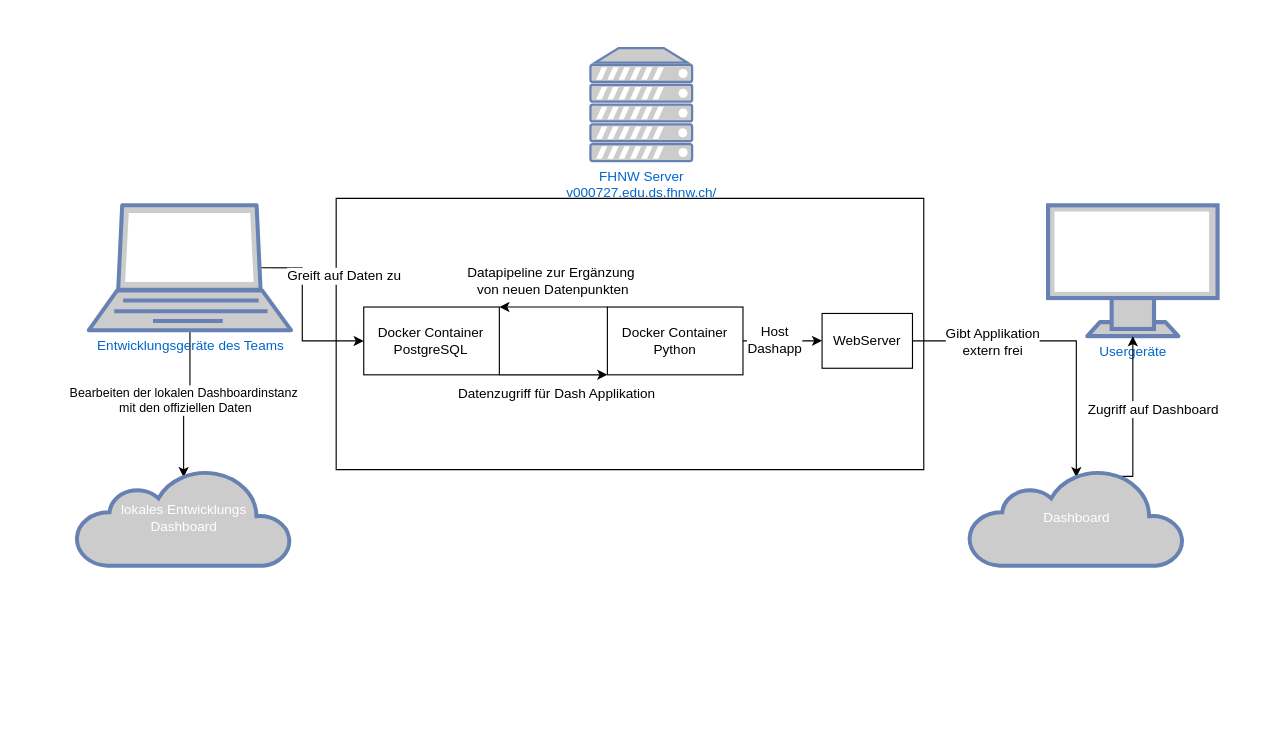
Above: TechnicalSetup/Techoverview.drawio in tmandelz/KlimaChallengeFS22 (draw.io), before the change. Source tidied: cells renumbered, new cells numbered last; positions are measured from the earlier drawing's top-left corner, leaving out a move shared by most shapes. Both pictures are drawn from the tidied source at 113%, with x=0, y=0 at pixel (76, 47).
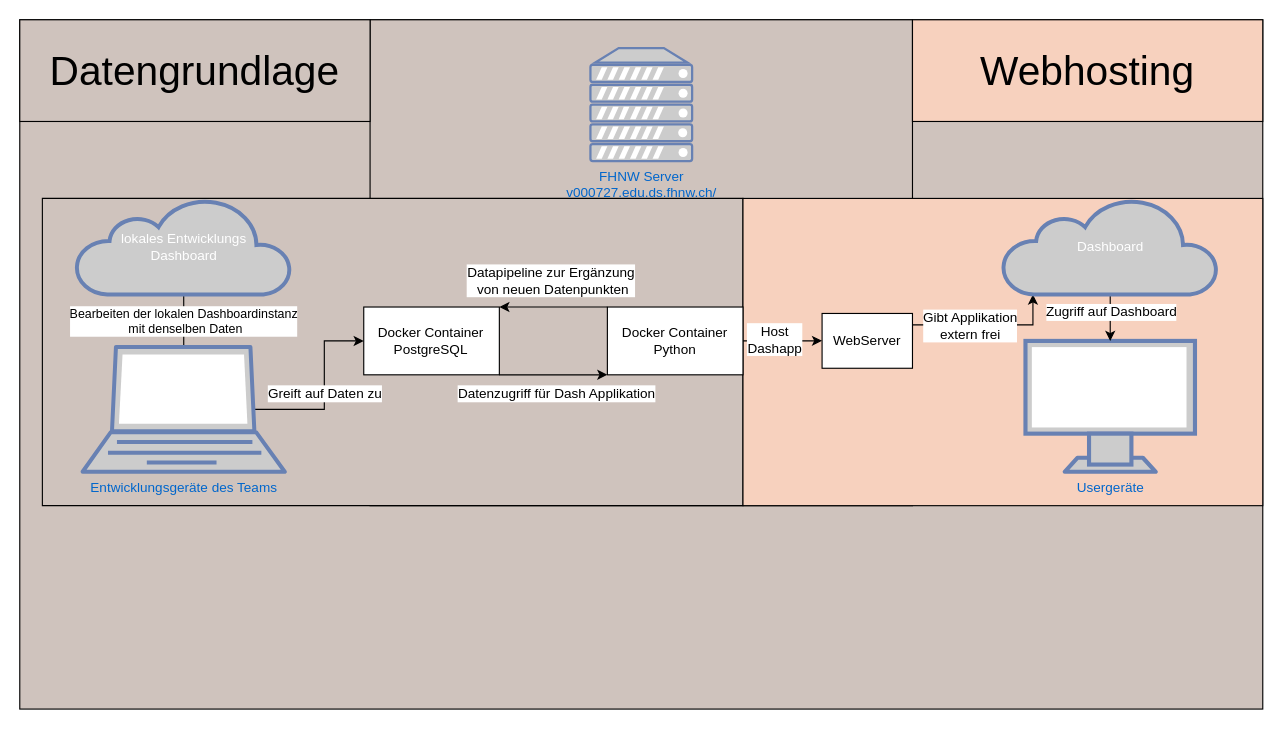
The same page after the edit.

Commit message (it also covers changes not shown here):
add techoverview graphics

Unchanged cells that the change refers to:
```xml
<mxCell id="8" value="Docker Container PostgreSQL" style="rounded=0;whiteSpace=wrap;html=1;" parent="1" vertex="1">
  <mxGeometry x="254.4" y="229.2" width="120" height="60" as="geometry" />
</mxCell>
<mxCell id="11" value="WebServer" style="rounded=0;whiteSpace=wrap;html=1;" parent="1" vertex="1">
  <mxGeometry x="660" y="234.9" width="80" height="48.5" as="geometry" />
</mxCell>
```

Diff of the diagram source:
```diff
@@
+    <mxCell id="24" style="rounded=0;whiteSpace=wrap;html=1;fillColor=#CFC3BD;" parent="1" vertex="1">
+      <mxGeometry x="-50" y="-25" width="1100" height="610" as="geometry" />
+    </mxCell>
+    <mxCell id="25" style="rounded=0;whiteSpace=wrap;html=1;fillColor=#CFC3BD;" parent="1" vertex="1">
+      <mxGeometry x="260" y="-25" width="480" height="430" as="geometry" />
+    </mxCell>
+    <mxCell id="3" style="verticalLabelPosition=bottom;verticalAlign=top;html=1;shape=mxgraph.basic.rect;fillColor2=none;strokeWidth=1;size=20;indent=5;fillColor=#CFC3BD;" parent="1" vertex="1">
+      <mxGeometry x="-30" y="133.1" width="620" height="271.9" as="geometry" />
+    </mxCell>
+    <mxCell id="26" style="rounded=0;whiteSpace=wrap;html=1;fillColor=#F7D1BE;" parent="1" vertex="1">
+      <mxGeometry x="590" y="133.1" width="460" height="271.9" as="geometry" />
+    </mxCell>
-    <mxCell id="2" value="Bearbeiten der lokalen Dashboardinstanz&lt;br&gt;&amp;nbsp;mit den offiziellen Daten" style="edgeStyle=orthogonalEdgeStyle;rounded=0;jettySize=auto;html=1;entryX=0.5;entryY=0.08;entryDx=0;entryDy=0;entryPerimeter=0;" parent="1" edge="1" source="23" target="18">
-      <mxGeometry relative="1" as="geometry" />
+    <mxCell id="2" value="Bearbeiten der lokalen Dashboardinstanz&lt;br&gt;&amp;nbsp;mit denselben Daten" style="edgeStyle=orthogonalEdgeStyle;rounded=0;jettySize=auto;html=1;entryX=0.5;entryY=0.08;entryDx=0;entryDy=0;entryPerimeter=0;" parent="1" edge="1" source="23" target="18">
+      <mxGeometry x="-0.63" relative="1" as="geometry" />
     </mxCell>
-    <mxCell id="3" style="verticalLabelPosition=bottom;verticalAlign=top;html=1;shape=mxgraph.basic.rect;fillColor2=none;strokeWidth=1;size=20;indent=5;" parent="1" vertex="1">
-      <mxGeometry x="230" y="133.1" width="520" height="240" as="geometry" />
-    </mxCell>
@@
-    <mxCell id="9" style="edgeStyle=orthogonalEdgeStyle;rounded=0;jettySize=auto;html=1;entryX=0.5;entryY=0.08;entryDx=0;entryDy=0;entryPerimeter=0;exitX=1;exitY=0.5;exitDx=0;exitDy=0;" parent="1" edge="1" source="11" target="22">
-      <mxGeometry relative="1" as="geometry" />
+    <mxCell id="9" style="edgeStyle=orthogonalEdgeStyle;rounded=0;jettySize=auto;html=1;entryX=0.14;entryY=1;entryDx=0;entryDy=0;entryPerimeter=0;exitX=1;exitY=0.5;exitDx=0;exitDy=0;" parent="1" edge="1" source="11" target="22">
+      <mxGeometry relative="1" as="geometry">
+        <Array as="points">
+          <mxPoint x="740" y="245" />
+          <mxPoint x="847" y="245" />
+        </Array>
+      </mxGeometry>
     </mxCell>
     <mxCell id="10" value="Gibt Applikation&lt;br&gt;extern frei" style="text;html=1;align=center;verticalAlign=middle;labelBackgroundColor=#ffffff;" parent="9" vertex="1">
       <mxGeometry x="-0.15" y="-1" relative="1" as="geometry">
-        <mxPoint x="-42" y="-1" as="offset" />
+        <mxPoint x="1.9" y="-1" as="offset" />
       </mxGeometry>
     </mxCell>
@@
     <mxCell id="16" style="edgeStyle=orthogonalEdgeStyle;rounded=0;jettySize=auto;html=1;entryX=0;entryY=0.5;entryDx=0;entryDy=0;exitX=0.85;exitY=0.5;exitDx=0;exitDy=0;exitPerimeter=0;" parent="1" edge="1" source="23" target="8">
-      <mxGeometry relative="1" as="geometry">
-        <Array as="points">
-          <mxPoint x="200" y="195" />
-          <mxPoint x="200" y="259" />
-        </Array>
-      </mxGeometry>
+      <mxGeometry relative="1" as="geometry" />
     </mxCell>
     <mxCell id="17" value="Greift auf Daten zu" style="text;html=1;align=center;verticalAlign=middle;labelBackgroundColor=#ffffff;" parent="16" vertex="1">
       <mxGeometry x="-0.52" y="-4" relative="1" as="geometry">
-        <mxPoint x="40.1" y="6.5" as="offset" />
+        <mxPoint x="24.1" y="-18.7" as="offset" />
       </mxGeometry>
     </mxCell>
     <mxCell id="18" value="lokales Entwicklungs&lt;br&gt;Dashboard" style="html=1;outlineConnect=0;fillColor=#CCCCCC;strokeColor=#6881B3;gradientColor=none;gradientDirection=north;strokeWidth=2;shape=mxgraph.networks.cloud;fontColor=#ffffff;" parent="1" vertex="1">
-      <mxGeometry y="373.1" width="190" height="85" as="geometry" />
+      <mxGeometry y="133.1" width="190" height="85" as="geometry" />
     </mxCell>
     <mxCell id="19" value="Usergeräte" style="fontColor=#0066CC;verticalAlign=top;verticalLabelPosition=bottom;labelPosition=center;align=center;html=1;outlineConnect=0;fillColor=#CCCCCC;strokeColor=#6881B3;gradientColor=none;gradientDirection=north;strokeWidth=2;shape=mxgraph.networks.monitor;" parent="1" vertex="1">
-      <mxGeometry x="860" y="139.2" width="150" height="115.8" as="geometry" />
+      <mxGeometry x="840" y="259.2" width="150" height="115.8" as="geometry" />
     </mxCell>
-    <mxCell id="20" style="edgeStyle=orthogonalEdgeStyle;rounded=0;jettySize=auto;html=1;exitX=0.7;exitY=0.07;exitDx=0;exitDy=0;exitPerimeter=0;entryX=0.5;entryY=1;entryDx=0;entryDy=0;entryPerimeter=0;" parent="1" edge="1" source="22" target="19">
-      <mxGeometry relative="1" as="geometry">
-        <Array as="points">
-          <mxPoint x="935" y="379" />
-        </Array>
-      </mxGeometry>
+    <mxCell id="20" style="edgeStyle=orthogonalEdgeStyle;rounded=0;jettySize=auto;html=1;exitX=0.5;exitY=1;exitDx=0;exitDy=0;exitPerimeter=0;entryX=0.5;entryY=0;entryDx=0;entryDy=0;entryPerimeter=0;" parent="1" edge="1" source="22" target="19">
+      <mxGeometry relative="1" as="geometry" />
     </mxCell>
     <mxCell id="21" value="Zugriff auf Dashboard" style="text;html=1;align=center;verticalAlign=middle;labelBackgroundColor=#ffffff;" parent="20" vertex="1">
       <mxGeometry x="-0.15" y="-5" relative="1" as="geometry">
-        <mxPoint x="12" y="-14.1" as="offset" />
+        <mxPoint x="5" y="-1.4" as="offset" />
       </mxGeometry>
     </mxCell>
     <mxCell id="22" value="Dashboard" style="html=1;outlineConnect=0;fillColor=#CCCCCC;strokeColor=#6881B3;gradientColor=none;gradientDirection=north;strokeWidth=2;shape=mxgraph.networks.cloud;fontColor=#ffffff;" parent="1" vertex="1">
-      <mxGeometry x="790" y="373.1" width="190" height="85" as="geometry" />
+      <mxGeometry x="820" y="133.1" width="190" height="85" as="geometry" />
     </mxCell>
     <mxCell id="23" value="Entwicklungsgeräte des Teams" style="fontColor=#0066CC;verticalAlign=top;verticalLabelPosition=bottom;labelPosition=center;align=center;html=1;outlineConnect=0;fillColor=#CCCCCC;strokeColor=#6881B3;gradientColor=none;gradientDirection=north;strokeWidth=2;shape=mxgraph.networks.laptop;" parent="1" vertex="1">
-      <mxGeometry x="11.1" y="139.2" width="178.9" height="110.5" as="geometry" />
+      <mxGeometry x="5.6" y="264.5" width="178.9" height="110.5" as="geometry" />
     </mxCell>
+    <mxCell id="27" value="&lt;font style=&quot;font-size: 36px&quot;&gt;Datengrundlage&lt;/font&gt;" style="rounded=0;whiteSpace=wrap;html=1;fillColor=#CFC3BD;" parent="1" vertex="1">
+      <mxGeometry x="-50" y="-25" width="310" height="90" as="geometry" />
+    </mxCell>
+    <mxCell id="28" value="&lt;font style=&quot;font-size: 36px&quot;&gt;Webhosting&lt;/font&gt;" style="rounded=0;whiteSpace=wrap;html=1;fillColor=#F7D1BE;" parent="1" vertex="1">
+      <mxGeometry x="740" y="-25" width="310" height="90" as="geometry" />
+    </mxCell>
```
